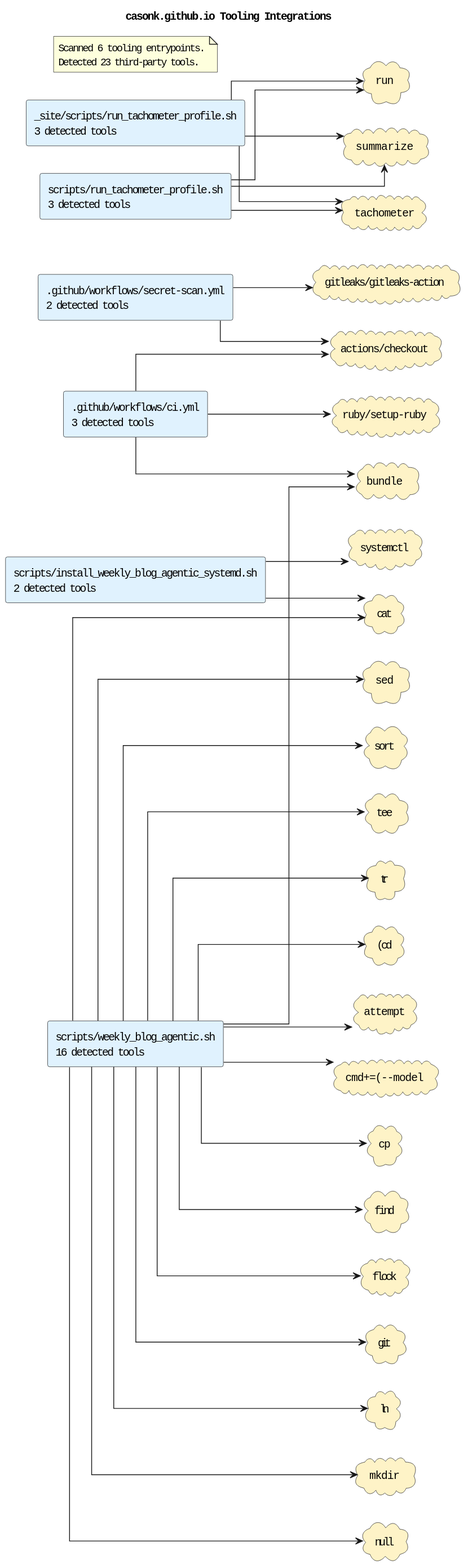
Above: docs/diagrams/tooling-integrations.puml.svg in casonk/casonk.github.io (PlantUML), before the change.
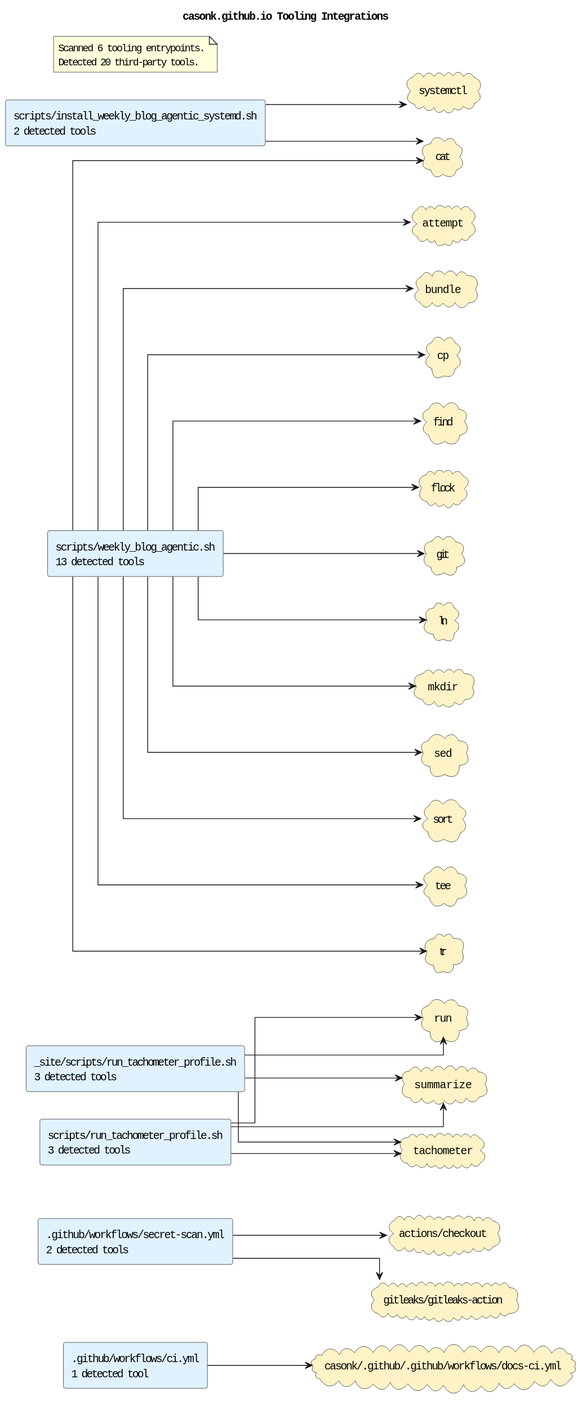
Later version of the same file.

Diff of the diagram source:
```diff
@@ -5,18 +5,17 @@
 skinparam defaultFontName Monospace
 skinparam componentStyle rectangle
 skinparam linetype ortho
-rectangle ".github/workflows/ci.yml\n3 detected tools" as source_github_workflows_ci_yml #E0F2FE
+rectangle ".github/workflows/ci.yml\n1 detected tool" as source_github_workflows_ci_yml #E0F2FE
 rectangle ".github/workflows/secret-scan.yml\n2 detected tools" as source_github_workflows_secret_scan_yml #E0F2FE
 rectangle "_site/scripts/run_tachometer_profile.sh\n3 detected tools" as source_site_scripts_run_tachometer_profile_sh #E0F2FE
 rectangle "scripts/install_weekly_blog_agentic_systemd.sh\n2 detected tools" as source_scripts_install_weekly_blog_agentic_systemd_sh #E0F2FE
 rectangle "scripts/run_tachometer_profile.sh\n3 detected tools" as source_scripts_run_tachometer_profile_sh #E0F2FE
-rectangle "scripts/weekly_blog_agentic.sh\n16 detected tools" as source_scripts_weekly_blog_agentic_sh #E0F2FE
-cloud "(cd" as tool_cd #FEF3C7
+rectangle "scripts/weekly_blog_agentic.sh\n13 detected tools" as source_scripts_weekly_blog_agentic_sh #E0F2FE
 cloud "actions/checkout" as tool_actions_checkout #FEF3C7
 cloud "attempt" as tool_attempt #FEF3C7
 cloud "bundle" as tool_bundle #FEF3C7
+cloud "casonk/.github/.github/workflows/docs-ci.yml" as tool_casonk_github_github_workflows_docs_ci_yml #FEF3C7
 cloud "cat" as tool_cat #FEF3C7
-cloud "cmd+=(--model" as tool_cmd_model #FEF3C7
 cloud "cp" as tool_cp #FEF3C7
 cloud "find" as tool_find #FEF3C7
 cloud "flock" as tool_flock #FEF3C7
@@ -24,8 +23,6 @@
 cloud "gitleaks/gitleaks-action" as tool_gitleaks_gitleaks_action #FEF3C7
 cloud "ln" as tool_ln #FEF3C7
 cloud "mkdir" as tool_mkdir #FEF3C7
-cloud "null" as tool_null #FEF3C7
-cloud "ruby/setup-ruby" as tool_ruby_setup_ruby #FEF3C7
 cloud "run" as tool_run #FEF3C7
 cloud "sed" as tool_sed #FEF3C7
 cloud "sort" as tool_sort #FEF3C7
@@ -34,9 +31,7 @@
 cloud "tachometer" as tool_tachometer #FEF3C7
 cloud "tee" as tool_tee #FEF3C7
 cloud "tr" as tool_tr #FEF3C7
-source_github_workflows_ci_yml --> tool_actions_checkout
-source_github_workflows_ci_yml --> tool_bundle
-source_github_workflows_ci_yml --> tool_ruby_setup_ruby
+source_github_workflows_ci_yml --> tool_casonk_github_github_workflows_docs_ci_yml
 source_github_workflows_secret_scan_yml --> tool_actions_checkout
 source_github_workflows_secret_scan_yml --> tool_gitleaks_gitleaks_action
 source_site_scripts_run_tachometer_profile_sh --> tool_run
@@ -47,24 +42,21 @@
 source_scripts_run_tachometer_profile_sh --> tool_run
 source_scripts_run_tachometer_profile_sh --> tool_summarize
 source_scripts_run_tachometer_profile_sh --> tool_tachometer
-source_scripts_weekly_blog_agentic_sh --> tool_cd
 source_scripts_weekly_blog_agentic_sh --> tool_attempt
 source_scripts_weekly_blog_agentic_sh --> tool_bundle
 source_scripts_weekly_blog_agentic_sh --> tool_cat
-source_scripts_weekly_blog_agentic_sh --> tool_cmd_model
 source_scripts_weekly_blog_agentic_sh --> tool_cp
 source_scripts_weekly_blog_agentic_sh --> tool_find
 source_scripts_weekly_blog_agentic_sh --> tool_flock
 source_scripts_weekly_blog_agentic_sh --> tool_git
 source_scripts_weekly_blog_agentic_sh --> tool_ln
 source_scripts_weekly_blog_agentic_sh --> tool_mkdir
-source_scripts_weekly_blog_agentic_sh --> tool_null
 source_scripts_weekly_blog_agentic_sh --> tool_sed
 source_scripts_weekly_blog_agentic_sh --> tool_sort
 source_scripts_weekly_blog_agentic_sh --> tool_tee
 source_scripts_weekly_blog_agentic_sh --> tool_tr
 note as toolingGraphSummary
 Scanned 6 tooling entrypoints.
-Detected 23 third-party tools.
+Detected 20 third-party tools.
 end note
 @enduml
```
